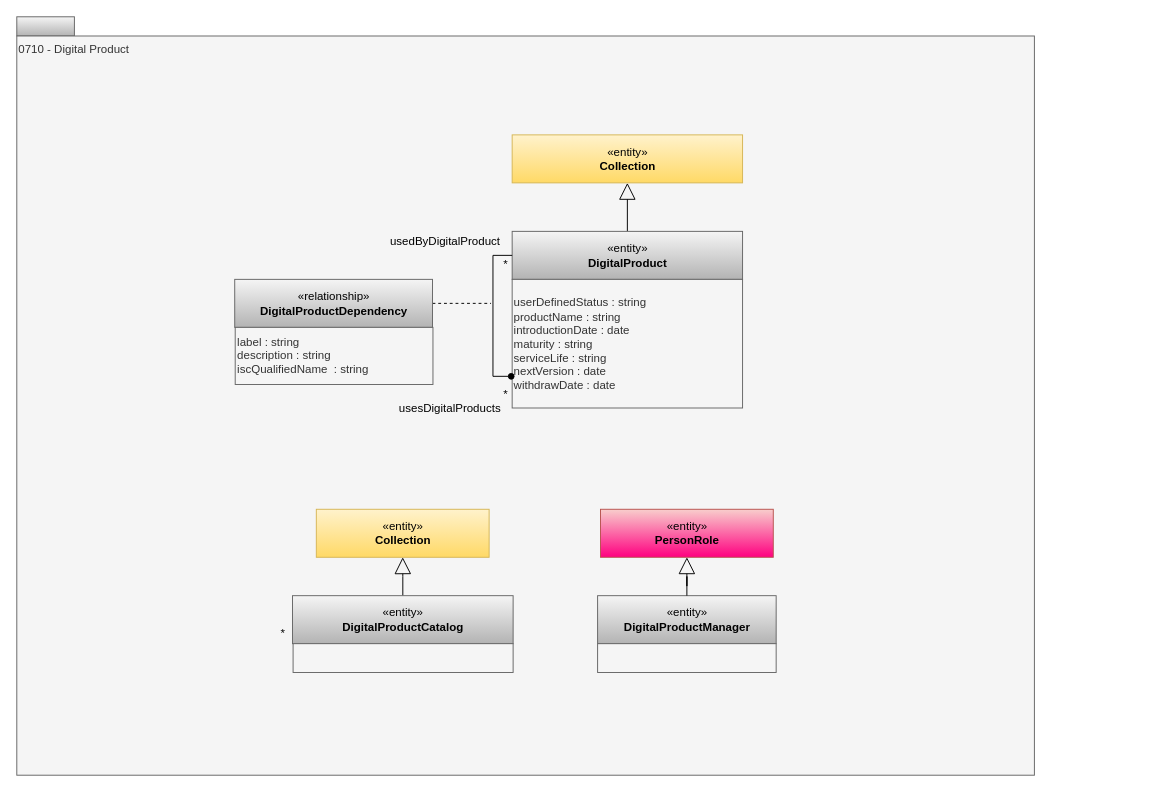
Before: page "0710-Digital-Products" (2 of 18) of site/docs/types/7/area-7-lineage.drawio in odpi/egeria-docs, a draw.io diagram. Source tidied: cells renumbered, new cells numbered last; positions are measured from the earlier drawing's top-left corner, leaving out a move shared by most shapes. Both pictures are drawn from the tidied source at 96%, with x=0, y=0 at pixel (16, 16).
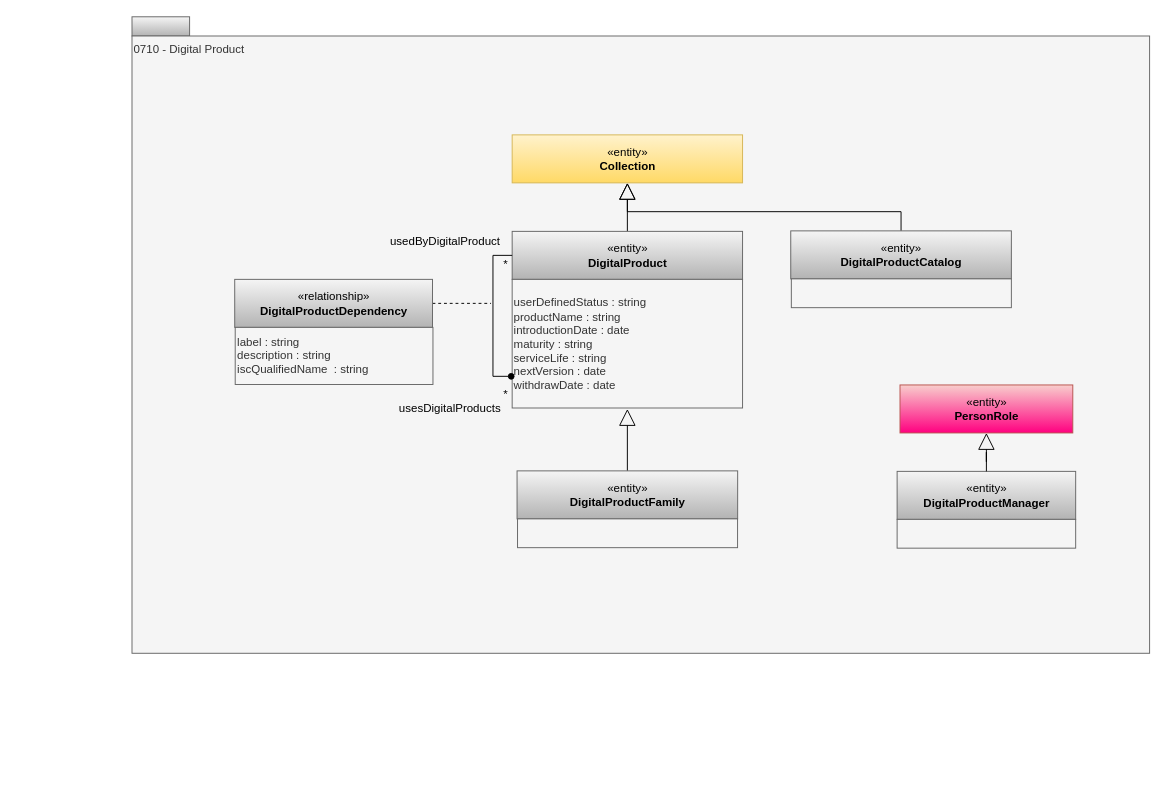
The same page after the edit.

The change refers to these unchanged cells:
```xml
<mxCell id="6" value="userDefinedStatus : string&lt;div&gt;productName : string&lt;/div&gt;&lt;div&gt;introductionDate : date&lt;br&gt;maturity : string&lt;br&gt;serviceLife : string&lt;br&gt;nextVersion : date&lt;br&gt;withdrawDate : date&lt;br&gt;&lt;/div&gt;&lt;div style=&quot;text-align: left&quot;&gt;&lt;/div&gt;" style="rounded=0;whiteSpace=wrap;html=1;strokeColor=#666666;align=left;perimeterSpacing=1;fillColor=#f5f5f5;fontColor=#333333;" parent="1" vertex="1">
  <mxGeometry x="516" y="273.5" width="240" height="134" as="geometry" />
</mxCell>
<mxCell id="7" value="«entity»&lt;br&gt;&lt;b&gt;Collection&lt;/b&gt;" style="html=1;strokeColor=#d6b656;align=center;fillColor=#fff2cc;gradientColor=#ffd966;" parent="1" vertex="1">
  <mxGeometry x="516" y="123" width="240" height="50" as="geometry" />
</mxCell>
```

Change to the diagram source:
```diff
@@
     <mxCell id="2" style="rounded=0;whiteSpace=wrap;html=1;align=left;fillColor=#f5f5f5;strokeColor=#666666;gradientColor=#b3b3b3;" parent="1" vertex="1">
-      <mxGeometry width="60" height="20" as="geometry" />
+      <mxGeometry x="120" width="60" height="20" as="geometry" />
     </mxCell>
     <mxCell id="3" value="0710 - Digital Product" style="rounded=0;whiteSpace=wrap;html=1;align=left;verticalAlign=top;fillColor=#f5f5f5;fontColor=#333333;strokeColor=#666666;" parent="1" vertex="1">
-      <mxGeometry y="20" width="1060" height="770" as="geometry" />
+      <mxGeometry x="120" y="20" width="1060" height="643" as="geometry" />
     </mxCell>
@@
     <mxCell id="16" value="«entity»&lt;br&gt;&lt;b&gt;DigitalProductManager&lt;/b&gt;" style="html=1;strokeColor=#666666;align=center;fillColor=#f5f5f5;gradientColor=#b3b3b3;" parent="1" vertex="1">
-      <mxGeometry x="605" y="603" width="186" height="50" as="geometry" />
+      <mxGeometry x="917" y="473.5" width="186" height="50" as="geometry" />
     </mxCell>
     <mxCell id="17" style="rounded=0;whiteSpace=wrap;html=1;strokeColor=#666666;align=left;fillColor=#f5f5f5;fontColor=#333333;" parent="1" vertex="1">
-      <mxGeometry x="605" y="653" width="186" height="30" as="geometry" />
+      <mxGeometry x="917" y="523.5" width="186" height="30" as="geometry" />
     </mxCell>
@@
     <mxCell id="19" value="«entity»&lt;br&gt;&lt;b&gt;PersonRole&lt;/b&gt;" style="html=1;strokeColor=#b85450;align=center;fillColor=#f8cecc;gradientColor=#FF0080;" parent="1" vertex="1">
-      <mxGeometry x="608" y="513" width="180" height="50" as="geometry" />
+      <mxGeometry x="920" y="383.5" width="180" height="50" as="geometry" />
     </mxCell>
-    <mxCell id="20" value="«entity»&lt;br&gt;&lt;b&gt;Collection&lt;/b&gt;" style="html=1;strokeColor=#d6b656;align=center;fillColor=#fff2cc;gradientColor=#ffd966;" parent="1" vertex="1">
-      <mxGeometry x="312" y="513" width="180" height="50" as="geometry" />
-    </mxCell>
-    <mxCell id="21" style="edgeStyle=orthogonalEdgeStyle;rounded=0;jettySize=auto;html=1;exitX=0.5;exitY=0;exitDx=0;exitDy=0;endArrow=block;endFill=0;endSize=15;strokeWidth=1;" parent="1" edge="1" source="22" target="20">
+    <mxCell id="21" style="edgeStyle=orthogonalEdgeStyle;rounded=0;jettySize=auto;html=1;exitX=0.5;exitY=0;exitDx=0;exitDy=0;endArrow=block;endFill=0;endSize=15;strokeWidth=1;entryX=0.5;entryY=1;entryDx=0;entryDy=0;" parent="1" edge="1" source="22" target="6">
       <mxGeometry relative="1" as="geometry" />
     </mxCell>
-    <mxCell id="22" value="«entity»&lt;br&gt;&lt;b&gt;DigitalProductCatalog&lt;/b&gt;" style="html=1;strokeColor=#666666;align=center;fillColor=#f5f5f5;gradientColor=#b3b3b3;" parent="1" vertex="1">
-      <mxGeometry x="287.2" y="603" width="229.8" height="50" as="geometry" />
+    <mxCell id="22" value="«entity»&lt;br&gt;&lt;b&gt;DigitalProductFamily&lt;/b&gt;" style="html=1;strokeColor=#666666;align=center;fillColor=#f5f5f5;gradientColor=#b3b3b3;" parent="1" vertex="1">
+      <mxGeometry x="521.1" y="473" width="229.8" height="50" as="geometry" />
     </mxCell>
     <mxCell id="23" style="rounded=0;whiteSpace=wrap;html=1;strokeColor=#666666;align=left;fillColor=#f5f5f5;fontColor=#333333;" parent="1" vertex="1">
-      <mxGeometry x="287.8" y="653" width="229.2" height="30" as="geometry" />
+      <mxGeometry x="521.6" y="523" width="229.2" height="30" as="geometry" />
     </mxCell>
-    <mxCell id="24" value="*" style="text;html=1;align=center;verticalAlign=top;spacingTop=-4;" parent="1" vertex="1">
-      <mxGeometry x="269" y="632.5" width="15" height="14" as="geometry" />
-    </mxCell>
+    <mxCell id="25" style="edgeStyle=orthogonalEdgeStyle;rounded=0;jettySize=auto;html=1;exitX=0.5;exitY=0;exitDx=0;exitDy=0;endArrow=block;endFill=0;endSize=15;strokeWidth=1;entryX=0.5;entryY=1;entryDx=0;entryDy=0;" parent="1" edge="1" source="26" target="7">
+      <mxGeometry relative="1" as="geometry" />
+    </mxCell>
+    <mxCell id="26" value="«entity»&lt;br&gt;&lt;b&gt;DigitalProductCatalog&lt;/b&gt;" style="html=1;strokeColor=#666666;align=center;fillColor=#f5f5f5;gradientColor=#b3b3b3;" parent="1" vertex="1">
+      <mxGeometry x="806.2" y="223" width="229.8" height="50" as="geometry" />
+    </mxCell>
+    <mxCell id="27" style="rounded=0;whiteSpace=wrap;html=1;strokeColor=#666666;align=left;fillColor=#f5f5f5;fontColor=#333333;" parent="1" vertex="1">
+      <mxGeometry x="806.8" y="273" width="229.2" height="30" as="geometry" />
+    </mxCell>
```
